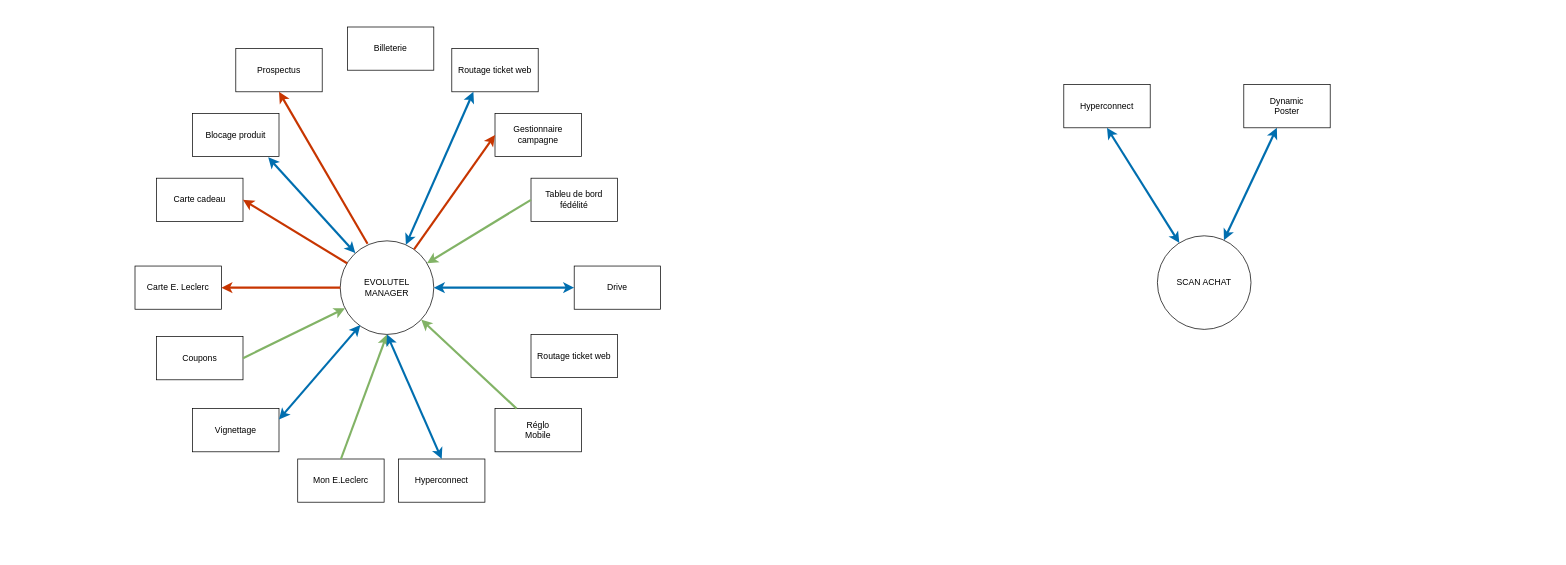
This is page "Gobal" (1 of 5) of Untitled Diagram2.drawio from aderty/cahierdevie, a draw.io file, before an edit. Source tidied: cells renumbered, new cells numbered last; positions are measured from the earlier drawing's top-left corner, leaving out a move shared by most shapes. Both pictures are drawn from the tidied source at 72%, with x=0, y=0 at pixel (135, 27).
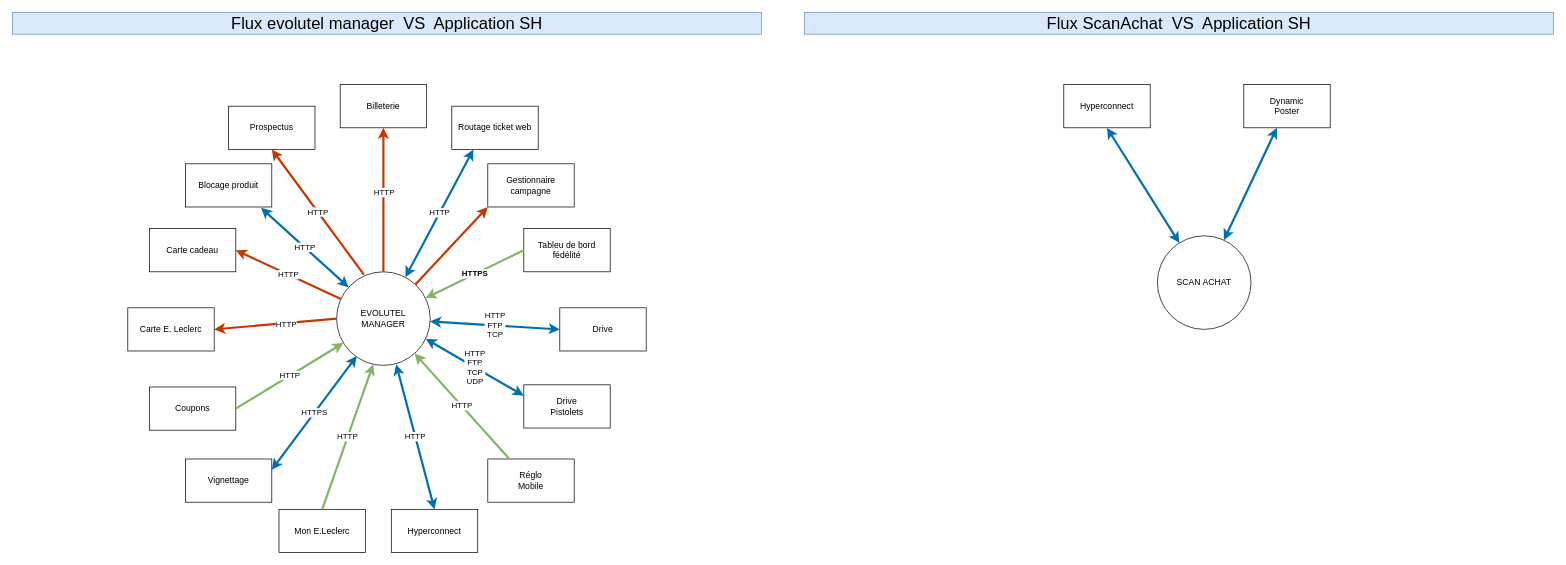
Above is the later version.

The change refers to these unchanged cells:
```xml
<mxCell id="19" style="endArrow=classic;html=1;entryX=1;entryY=0.5;entryDx=0;entryDy=0;exitX=0;exitY=0.5;exitDx=0;exitDy=0;fillColor=#fa6800;strokeColor=#C73500;strokeWidth=3;" parent="1" edge="1" source="14" target="10">
  <mxGeometry relative="1" as="geometry" />
</mxCell>
```

What changed in the source:
```diff
@@
     <mxCell id="2" value="Blocage produit" style="rounded=0;whiteSpace=wrap;html=1;" parent="1" vertex="1">
-      <mxGeometry x="80" y="120" width="120" height="60" as="geometry" />
+      <mxGeometry x="70" y="190" width="120" height="60" as="geometry" />
     </mxCell>
     <mxCell id="3" value="Prospectus" style="rounded=0;whiteSpace=wrap;html=1;" parent="1" vertex="1">
-      <mxGeometry x="140" y="30" width="120" height="60" as="geometry" />
+      <mxGeometry x="130" y="110" width="120" height="60" as="geometry" />
     </mxCell>
     <mxCell id="4" value="Tableu de bord&lt;br&gt;fédélité" style="rounded=0;whiteSpace=wrap;html=1;" parent="1" vertex="1">
-      <mxGeometry x="550" y="210" width="120" height="60" as="geometry" />
+      <mxGeometry x="540" y="280" width="120" height="60" as="geometry" />
     </mxCell>
     <mxCell id="5" value="Coupons" style="rounded=0;whiteSpace=wrap;html=1;" parent="1" vertex="1">
-      <mxGeometry x="30" y="430" width="120" height="60" as="geometry" />
+      <mxGeometry x="20" y="500" width="120" height="60" as="geometry" />
     </mxCell>
     <mxCell id="6" value="Drive" style="rounded=0;whiteSpace=wrap;html=1;" parent="1" vertex="1">
-      <mxGeometry x="610" y="332" width="120" height="60" as="geometry" />
+      <mxGeometry x="590" y="390" width="120" height="60" as="geometry" />
     </mxCell>
-    <mxCell id="7" value="Routage ticket web" style="rounded=0;whiteSpace=wrap;html=1;" parent="1" vertex="1">
-      <mxGeometry x="550" y="427" width="120" height="60" as="geometry" />
+    <mxCell id="7" value="Drive&lt;br&gt;Pistolets" style="rounded=0;whiteSpace=wrap;html=1;" parent="1" vertex="1">
+      <mxGeometry x="540" y="497" width="120" height="60" as="geometry" />
     </mxCell>
     <mxCell id="8" value="Mon E.Leclerc" style="rounded=0;whiteSpace=wrap;html=1;" parent="1" vertex="1">
-      <mxGeometry x="226" y="600" width="120" height="60" as="geometry" />
+      <mxGeometry x="200" y="670" width="120" height="60" as="geometry" />
     </mxCell>
     <mxCell id="9" value="Carte cadeau" style="rounded=0;whiteSpace=wrap;html=1;" parent="1" vertex="1">
-      <mxGeometry x="30" y="210" width="120" height="60" as="geometry" />
+      <mxGeometry x="20" y="280" width="120" height="60" as="geometry" />
     </mxCell>
     <mxCell id="10" value="Carte E. Leclerc" style="rounded=0;whiteSpace=wrap;html=1;" parent="1" vertex="1">
-      <mxGeometry y="332" width="120" height="60" as="geometry" />
+      <mxGeometry x="-10" y="390" width="120" height="60" as="geometry" />
     </mxCell>
     <mxCell id="11" value="Hyperconnect" style="rounded=0;whiteSpace=wrap;html=1;" parent="1" vertex="1">
-      <mxGeometry x="366" y="600" width="120" height="60" as="geometry" />
+      <mxGeometry x="356" y="670" width="120" height="60" as="geometry" />
     </mxCell>
     <mxCell id="12" value="&lt;span&gt;Gestionnaire&lt;/span&gt;&lt;br&gt;&lt;span&gt;campagne&lt;/span&gt;" style="rounded=0;whiteSpace=wrap;html=1;" parent="1" vertex="1">
-      <mxGeometry x="500" y="120" width="120" height="60" as="geometry" />
+      <mxGeometry x="490" y="190" width="120" height="60" as="geometry" />
     </mxCell>
     <mxCell id="13" value="&lt;span&gt;Réglo&lt;/span&gt;&lt;br&gt;&lt;span&gt;Mobile&lt;/span&gt;" style="rounded=0;whiteSpace=wrap;html=1;" parent="1" vertex="1">
-      <mxGeometry x="500" y="530" width="120" height="60" as="geometry" />
+      <mxGeometry x="490" y="600" width="120" height="60" as="geometry" />
     </mxCell>
     <mxCell id="14" value="EVOLUTEL&lt;br&gt;MANAGER" style="ellipse;whiteSpace=wrap;html=1;" parent="1" vertex="1">
-      <mxGeometry x="285" y="297" width="130" height="130" as="geometry" />
+      <mxGeometry x="280" y="340" width="130" height="130" as="geometry" />
     </mxCell>
     <mxCell id="15" value="Vignettage" style="rounded=0;whiteSpace=wrap;html=1;" parent="1" vertex="1">
-      <mxGeometry x="80" y="530" width="120" height="60" as="geometry" />
+      <mxGeometry x="70" y="600" width="120" height="60" as="geometry" />
     </mxCell>
-    <mxCell id="16" style="endArrow=classic;startArrow=classic;html=1;entryX=0.875;entryY=1.017;entryDx=0;entryDy=0;entryPerimeter=0;jumpSize=6;strokeWidth=3;fillColor=#1ba1e2;strokeColor=#006EAF;" parent="1" edge="1" source="14" target="2">
+    <mxCell id="16" value="HTTP" style="endArrow=classic;startArrow=classic;html=1;entryX=0.875;entryY=1.017;entryDx=0;entryDy=0;entryPerimeter=0;jumpSize=6;strokeWidth=3;fillColor=#1ba1e2;strokeColor=#006EAF;" parent="1" edge="1" source="14" target="2">
       <mxGeometry relative="1" as="geometry" />
     </mxCell>
-    <mxCell id="17" style="endArrow=classic;html=1;entryX=0.5;entryY=1;entryDx=0;entryDy=0;fillColor=#fa6800;strokeColor=#C73500;strokeWidth=3;exitX=0.292;exitY=0.031;exitDx=0;exitDy=0;exitPerimeter=0;" parent="1" edge="1" source="14" target="3">
+    <mxCell id="17" value="HTTP" style="endArrow=classic;html=1;entryX=0.5;entryY=1;entryDx=0;entryDy=0;fillColor=#fa6800;strokeColor=#C73500;strokeWidth=3;exitX=0.292;exitY=0.031;exitDx=0;exitDy=0;exitPerimeter=0;" parent="1" edge="1" source="14" target="3">
       <mxGeometry relative="1" as="geometry" />
     </mxCell>
-    <mxCell id="18" style="endArrow=classic;html=1;entryX=1;entryY=0.5;entryDx=0;entryDy=0;fillColor=#fa6800;strokeColor=#C73500;strokeWidth=3;" parent="1" edge="1" source="14" target="9">
+    <mxCell id="18" value="HTTP" style="endArrow=classic;html=1;entryX=1;entryY=0.5;entryDx=0;entryDy=0;fillColor=#fa6800;strokeColor=#C73500;strokeWidth=3;" parent="1" edge="1" source="14" target="9">
       <mxGeometry relative="1" as="geometry" />
     </mxCell>
@@
+    <mxCell id="36" value="HTTP" style="edgeLabel;html=1;align=center;verticalAlign=middle;" parent="19" vertex="1">
+      <mxGeometry x="-0.17" y="1" relative="1" as="geometry" />
+    </mxCell>
@@
-    <mxCell id="23" style="endArrow=classic;html=1;exitX=1;exitY=0.5;exitDx=0;exitDy=0;fillColor=#d5e8d4;strokeColor=#82b366;strokeWidth=3;" parent="1" edge="1" source="5" target="14">
+    <mxCell id="23" value="HTTP" style="endArrow=classic;html=1;exitX=1;exitY=0.5;exitDx=0;exitDy=0;fillColor=#d5e8d4;strokeColor=#82b366;strokeWidth=3;" parent="1" edge="1" source="5" target="14">
       <mxGeometry relative="1" as="geometry" />
     </mxCell>
-    <mxCell id="24" style="endArrow=classic;startArrow=classic;html=1;entryX=0;entryY=0.5;entryDx=0;entryDy=0;jumpSize=6;strokeWidth=3;fillColor=#1ba1e2;strokeColor=#006EAF;" parent="1" edge="1" source="14" target="6">
+    <mxCell id="24" value="HTTP&lt;br&gt;FTP&lt;br&gt;TCP" style="endArrow=classic;startArrow=classic;html=1;entryX=0;entryY=0.5;entryDx=0;entryDy=0;jumpSize=6;strokeWidth=3;fillColor=#1ba1e2;strokeColor=#006EAF;" parent="1" edge="1" source="14" target="6">
       <mxGeometry relative="1" as="geometry" />
     </mxCell>
-    <mxCell id="25" style="endArrow=classic;html=1;entryX=0;entryY=0.5;entryDx=0;entryDy=0;fillColor=#fa6800;strokeColor=#C73500;strokeWidth=3;" parent="1" edge="1" source="14" target="12">
+    <mxCell id="25" style="endArrow=classic;html=1;entryX=0;entryY=1;entryDx=0;entryDy=0;fillColor=#fa6800;strokeColor=#C73500;strokeWidth=3;" parent="1" edge="1" source="14" target="12">
       <mxGeometry relative="1" as="geometry" />
     </mxCell>
-    <mxCell id="26" style="endArrow=classic;html=1;exitX=0.5;exitY=0;exitDx=0;exitDy=0;fillColor=#d5e8d4;strokeColor=#82b366;strokeWidth=3;" parent="1" edge="1" source="8">
-      <mxGeometry relative="1" as="geometry">
-        <mxPoint x="350" y="427" as="targetPoint" />
-      </mxGeometry>
+    <mxCell id="26" value="HTTP" style="endArrow=classic;html=1;exitX=0.5;exitY=0;exitDx=0;exitDy=0;fillColor=#d5e8d4;strokeColor=#82b366;strokeWidth=3;entryX=0.391;entryY=0.988;entryDx=0;entryDy=0;entryPerimeter=0;" parent="1" edge="1" source="8" target="14">
+      <mxGeometry relative="1" as="geometry" />
     </mxCell>
     <mxCell id="27" value="Routage ticket web" style="rounded=0;whiteSpace=wrap;html=1;" parent="1" vertex="1">
-      <mxGeometry x="440" y="30" width="120" height="60" as="geometry" />
+      <mxGeometry x="440" y="110" width="120" height="60" as="geometry" />
     </mxCell>
-    <mxCell id="28" style="endArrow=classic;startArrow=classic;html=1;entryX=0.5;entryY=1;entryDx=0;entryDy=0;exitX=0.5;exitY=0;exitDx=0;exitDy=0;jumpSize=6;strokeWidth=3;fillColor=#1ba1e2;strokeColor=#006EAF;" parent="1" edge="1" source="11" target="14">
+    <mxCell id="28" value="HTTP" style="endArrow=classic;startArrow=classic;html=1;entryX=0.636;entryY=0.988;entryDx=0;entryDy=0;exitX=0.5;exitY=0;exitDx=0;exitDy=0;jumpSize=6;strokeWidth=3;fillColor=#1ba1e2;strokeColor=#006EAF;entryPerimeter=0;" parent="1" edge="1" source="11" target="14">
       <mxGeometry relative="1" as="geometry" />
     </mxCell>
@@
-    <mxCell id="31" style="endArrow=classic;html=1;exitX=0.25;exitY=0;exitDx=0;exitDy=0;fillColor=#d5e8d4;strokeColor=#82b366;strokeWidth=3;" parent="1" edge="1" source="13" target="14">
+    <mxCell id="31" value="HTTP" style="endArrow=classic;html=1;exitX=0.25;exitY=0;exitDx=0;exitDy=0;fillColor=#d5e8d4;strokeColor=#82b366;strokeWidth=3;" parent="1" edge="1" source="13" target="14">
       <mxGeometry relative="1" as="geometry" />
     </mxCell>
-    <mxCell id="32" style="endArrow=classic;startArrow=classic;html=1;entryX=0.25;entryY=1;entryDx=0;entryDy=0;jumpSize=6;strokeWidth=3;fillColor=#1ba1e2;strokeColor=#006EAF;" parent="1" edge="1" source="14" target="27">
+    <mxCell id="32" value="HTTP" style="endArrow=classic;startArrow=classic;html=1;entryX=0.25;entryY=1;entryDx=0;entryDy=0;jumpSize=6;strokeWidth=3;fillColor=#1ba1e2;strokeColor=#006EAF;" parent="1" edge="1" source="14" target="27">
       <mxGeometry relative="1" as="geometry" />
     </mxCell>
-    <mxCell id="33" style="endArrow=classic;html=1;exitX=0;exitY=0.5;exitDx=0;exitDy=0;fillColor=#d5e8d4;strokeColor=#82b366;strokeWidth=3;" parent="1" edge="1" source="4" target="14">
+    <mxCell id="33" value="&lt;b&gt;HTTPS&lt;/b&gt;" style="endArrow=classic;html=1;exitX=0;exitY=0.5;exitDx=0;exitDy=0;fillColor=#d5e8d4;strokeColor=#82b366;strokeWidth=3;" parent="1" edge="1" source="4" target="14">
       <mxGeometry relative="1" as="geometry" />
     </mxCell>
-    <mxCell id="34" style="endArrow=classic;startArrow=classic;html=1;entryX=0.215;entryY=0.9;entryDx=0;entryDy=0;entryPerimeter=0;exitX=1;exitY=0.25;exitDx=0;exitDy=0;jumpSize=6;strokeWidth=3;fillColor=#1ba1e2;strokeColor=#006EAF;" parent="1" edge="1" source="15" target="14">
+    <mxCell id="34" value="HTTPS" style="endArrow=classic;startArrow=classic;html=1;entryX=0.215;entryY=0.9;entryDx=0;entryDy=0;entryPerimeter=0;exitX=1;exitY=0.25;exitDx=0;exitDy=0;jumpSize=6;strokeWidth=3;fillColor=#1ba1e2;strokeColor=#006EAF;" parent="1" edge="1" source="15" target="14">
       <mxGeometry relative="1" as="geometry" />
     </mxCell>
     <mxCell id="35" value="Billeterie" style="rounded=0;whiteSpace=wrap;html=1;" parent="1" vertex="1">
-      <mxGeometry x="295" width="120" height="60" as="geometry" />
+      <mxGeometry x="285" y="80" width="120" height="60" as="geometry" />
     </mxCell>
+    <mxCell id="37" value="HTTP&lt;br&gt;FTP&lt;br&gt;TCP&lt;br&gt;UDP" style="endArrow=classic;startArrow=classic;html=1;entryX=0;entryY=0.25;entryDx=0;entryDy=0;jumpSize=6;strokeWidth=3;fillColor=#1ba1e2;strokeColor=#006EAF;exitX=0.952;exitY=0.716;exitDx=0;exitDy=0;exitPerimeter=0;" parent="1" edge="1" source="14" target="7">
+      <mxGeometry relative="1" as="geometry" />
+    </mxCell>
+    <mxCell id="38" style="endArrow=classic;html=1;entryX=0.5;entryY=1;entryDx=0;entryDy=0;exitX=0.5;exitY=0;exitDx=0;exitDy=0;fillColor=#fa6800;strokeColor=#C73500;strokeWidth=3;" parent="1" edge="1" source="14" target="35">
+      <mxGeometry relative="1" as="geometry" />
+    </mxCell>
+    <mxCell id="39" value="HTTP" style="edgeLabel;html=1;align=center;verticalAlign=middle;" parent="38" vertex="1">
+      <mxGeometry x="-0.17" y="1" relative="1" as="geometry">
+        <mxPoint x="1" y="-28" as="offset" />
+      </mxGeometry>
+    </mxCell>
+    <mxCell id="40" value="Flux evolutel manager&amp;nbsp; VS&amp;nbsp; Application SH" style="rounded=0;whiteSpace=wrap;html=1;fillColor=#dae8fc;strokeColor=#6c8ebf;fontSize=23;" parent="1" vertex="1">
+      <mxGeometry x="-170" y="-20" width="1040" height="30" as="geometry" />
+    </mxCell>
+    <mxCell id="41" value="Flux ScanAchat&amp;nbsp; VS&amp;nbsp; Application SH" style="rounded=0;whiteSpace=wrap;html=1;fillColor=#dae8fc;strokeColor=#6c8ebf;fontSize=23;" parent="1" vertex="1">
+      <mxGeometry x="930" y="-20" width="1040" height="30" as="geometry" />
+    </mxCell>
```
